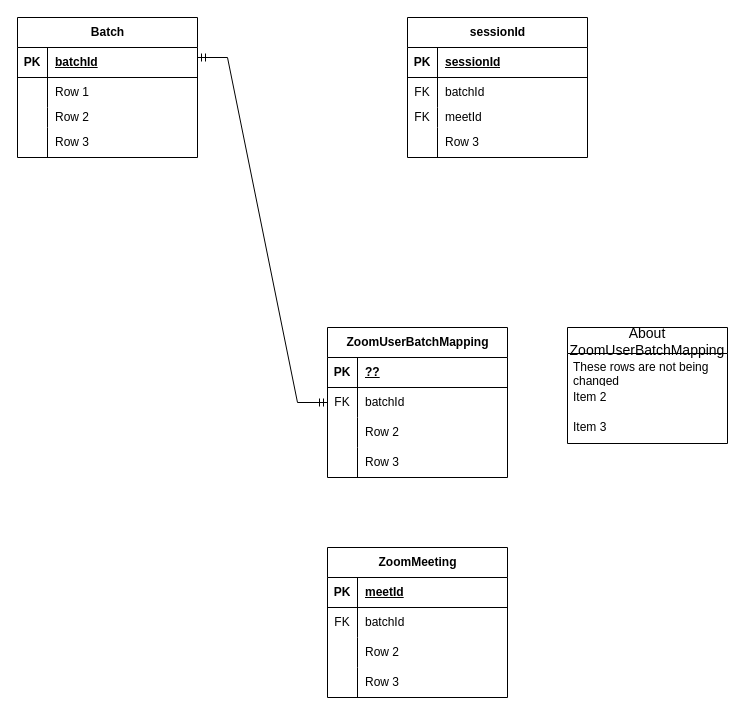
Above: iECHOBatchIDMismatch.drawio in wardance-ferret/drawio (draw.io), before the change. Source tidied: cells renumbered, new cells numbered last; positions are measured from the earlier drawing's top-left corner, leaving out a move shared by most shapes. Both pictures are drawn from the tidied source at 100%, with x=0, y=0 at pixel (-373, 17).
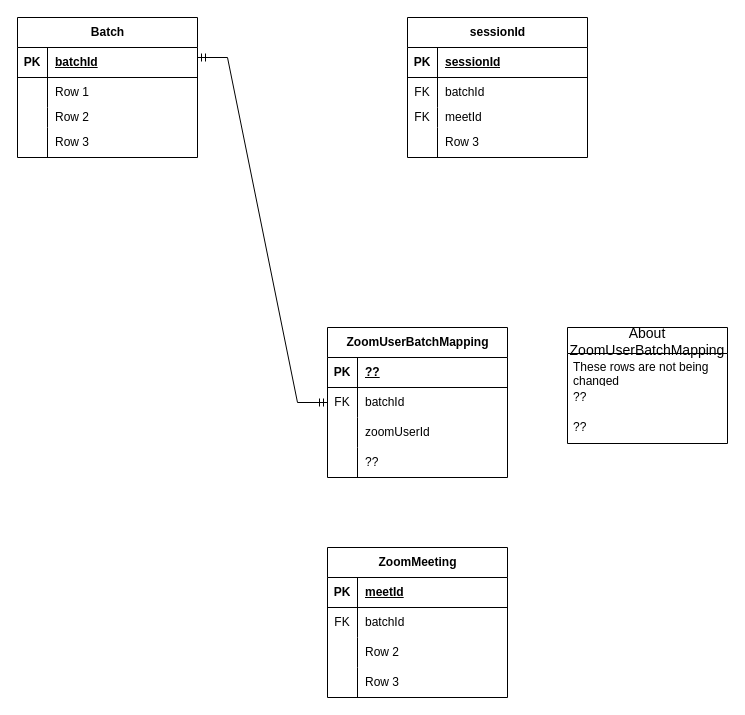
Above is the later version.

Unchanged cells that the change refers to:
```xml
<mxCell id="22" style="shape=tableRow;horizontal=0;startSize=0;swimlaneHead=0;swimlaneBody=0;fillColor=none;top=0;left=0;right=0;bottom=0;" parent="15" vertex="1">
  <mxGeometry y="90" width="180" height="30" as="geometry" />
</mxCell>
<mxCell id="25" style="shape=tableRow;horizontal=0;startSize=0;swimlaneHead=0;swimlaneBody=0;fillColor=none;top=0;left=0;right=0;bottom=0;" parent="15" vertex="1">
  <mxGeometry y="120" width="180" height="30" as="geometry" />
</mxCell>
<mxCell id="41" value="About &#10;ZoomUserBatchMapping" style="swimlane;fontStyle=0;horizontal=1;startSize=26;align=center;fontSize=14;" parent="1" vertex="1">
  <mxGeometry x="940" y="310" width="160" height="116" as="geometry" />
</mxCell>
```

Diff of the diagram source:
```diff
@@
-    <mxCell id="24" value="Row 2" style="shape=partialRectangle;fillColor=none;top=0;left=0;bottom=0;right=0;align=left;spacingLeft=6;overflow=hidden;whiteSpace=wrap;html=1;" parent="22" vertex="1">
+    <mxCell id="24" value="zoomUserId" style="shape=partialRectangle;fillColor=none;top=0;left=0;bottom=0;right=0;align=left;spacingLeft=6;overflow=hidden;whiteSpace=wrap;html=1;" parent="22" vertex="1">
       <mxGeometry x="30" width="150" height="30" as="geometry" />
     </mxCell>
@@
-    <mxCell id="27" value="Row 3" style="shape=partialRectangle;fillColor=none;top=0;left=0;bottom=0;right=0;align=left;spacingLeft=6;overflow=hidden;whiteSpace=wrap;html=1;" parent="25" vertex="1">
+    <mxCell id="27" value="??" style="shape=partialRectangle;fillColor=none;top=0;left=0;bottom=0;right=0;align=left;spacingLeft=6;overflow=hidden;whiteSpace=wrap;html=1;" parent="25" vertex="1">
       <mxGeometry x="30" width="150" height="30" as="geometry" />
     </mxCell>
@@
-    <mxCell id="43" value="Item 2" style="text;strokeColor=none;fillColor=none;spacingLeft=4;spacingRight=4;overflow=hidden;fontSize=12;whiteSpace=wrap;html=1;" parent="41" vertex="1">
+    <mxCell id="43" value="??" style="text;strokeColor=none;fillColor=none;spacingLeft=4;spacingRight=4;overflow=hidden;fontSize=12;whiteSpace=wrap;html=1;" parent="41" vertex="1">
       <mxGeometry y="56" width="160" height="30" as="geometry" />
     </mxCell>
-    <mxCell id="44" value="Item 3" style="text;strokeColor=none;fillColor=none;spacingLeft=4;spacingRight=4;overflow=hidden;fontSize=12;whiteSpace=wrap;html=1;" parent="41" vertex="1">
+    <mxCell id="44" value="??" style="text;strokeColor=none;fillColor=none;spacingLeft=4;spacingRight=4;overflow=hidden;fontSize=12;whiteSpace=wrap;html=1;" parent="41" vertex="1">
       <mxGeometry y="86" width="160" height="30" as="geometry" />
     </mxCell>
```
